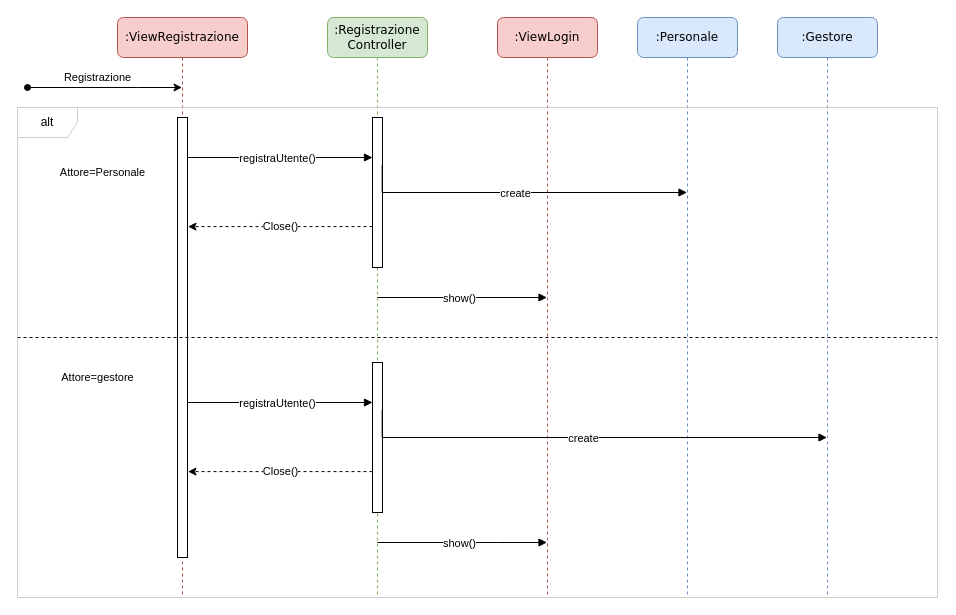
This is page "Registrazione" (1 of 3) of sequenza.drawio from Marco-Burattoni/Progetto-ids, a draw.io file, before an edit. Source tidied: cells renumbered, new cells numbered last; positions are measured from the earlier drawing's top-left corner, leaving out a move shared by most shapes. Both pictures are drawn from the tidied source at 100%, with x=0, y=0 at pixel (17, 17).
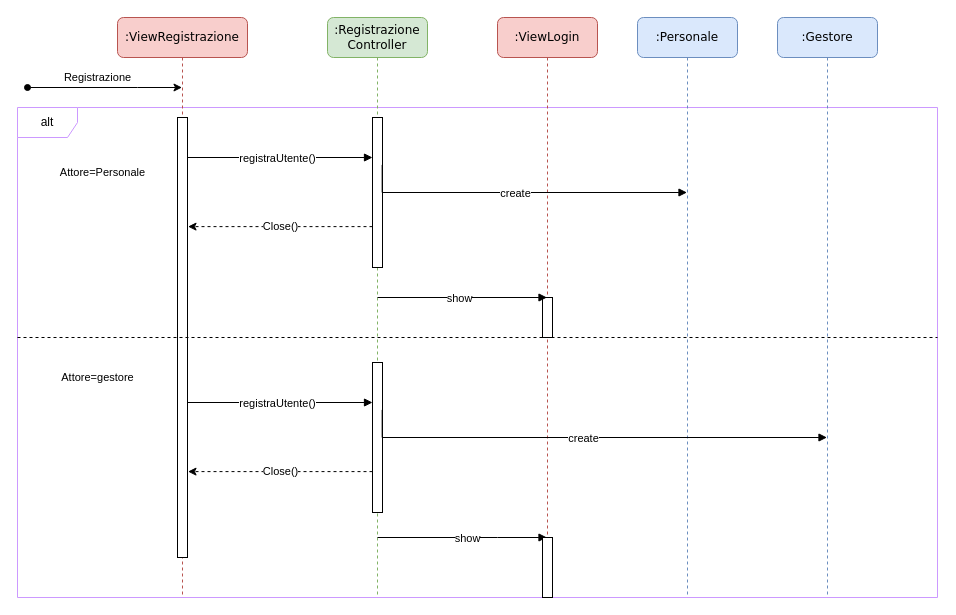
The same diagram, later.

Unchanged cells that the change refers to:
```xml
<mxCell id="2" value=":Registrazione&lt;br&gt;Controller" style="shape=umlLifeline;perimeter=lifelinePerimeter;whiteSpace=wrap;html=1;rounded=1;shadow=0;comic=0;labelBackgroundColor=none;strokeWidth=1;fontFamily=Verdana;fontSize=12;align=center;fillColor=#d5e8d4;strokeColor=#82b366;" parent="1" vertex="1">
  <mxGeometry x="310" width="100" height="580" as="geometry" />
</mxCell>
<mxCell id="8" value=":ViewLogin" style="shape=umlLifeline;perimeter=lifelinePerimeter;whiteSpace=wrap;html=1;outlineConnect=0;rounded=1;shadow=0;comic=0;labelBackgroundColor=none;strokeWidth=1;fontFamily=Verdana;fontSize=12;align=center;fillColor=#f8cecc;strokeColor=#b85450;" parent="1" vertex="1">
  <mxGeometry x="480" width="100" height="580" as="geometry" />
</mxCell>
```

Diff of the diagram source:
```diff
@@
+    <mxCell id="22" value="alt" style="shape=umlFrame;whiteSpace=wrap;html=1;strokeColor=#CC99FF;" parent="1" vertex="1">
+      <mxGeometry y="90" width="920" height="490" as="geometry" />
+    </mxCell>
@@
-    <mxCell id="7" value="&lt;font style=&quot;font-size: 11px; background-color: rgb(255, 255, 255);&quot; face=&quot;Helvetica&quot;&gt;show()&lt;/font&gt;" style="html=1;verticalAlign=bottom;endArrow=block;labelBackgroundColor=none;fontFamily=Verdana;fontSize=12;edgeStyle=elbowEdgeStyle;elbow=vertical;rounded=0;" parent="2" edge="1">
-      <mxGeometry x="-0.03" y="-10" relative="1" as="geometry">
-        <mxPoint x="50" y="525" as="sourcePoint" />
-        <mxPoint x="219.5" y="525" as="targetPoint" />
+    <mxCell id="7" value="&lt;font style=&quot;font-size: 11px; background-color: rgb(255, 255, 255);&quot; face=&quot;Helvetica&quot;&gt;show&lt;/font&gt;" style="html=1;verticalAlign=bottom;endArrow=block;labelBackgroundColor=none;fontFamily=Verdana;fontSize=12;edgeStyle=elbowEdgeStyle;elbow=vertical;rounded=0;" parent="2" edge="1">
+      <mxGeometry x="0.06" y="-10" relative="1" as="geometry">
+        <mxPoint x="50" y="520" as="sourcePoint" />
+        <mxPoint x="219.5" y="520" as="targetPoint" />
         <Array as="points">
-          <mxPoint x="170" y="525" />
-          <mxPoint x="-20" y="395" />
+          <mxPoint x="170" y="520" />
+          <mxPoint x="-20" y="390" />
         </Array>
       </mxGeometry>
     </mxCell>
@@
+    <mxCell id="23" style="html=1;perimeter=orthogonalPerimeter;rounded=0;shadow=0;comic=0;labelBackgroundColor=none;strokeWidth=1;fontFamily=Verdana;fontSize=12;align=center;" parent="8" vertex="1">
+      <mxGeometry x="45" y="520" width="10" height="60" as="geometry" />
+    </mxCell>
+    <mxCell id="24" style="html=1;perimeter=orthogonalPerimeter;rounded=0;shadow=0;comic=0;labelBackgroundColor=none;strokeWidth=1;fontFamily=Verdana;fontSize=12;align=center;" parent="8" vertex="1">
+      <mxGeometry x="45" y="280" width="10" height="40" as="geometry" />
+    </mxCell>
@@
-    <mxCell id="16" value="&lt;font style=&quot;font-size: 11px; background-color: rgb(255, 255, 255);&quot; face=&quot;Helvetica&quot;&gt;show()&lt;/font&gt;" style="html=1;verticalAlign=bottom;endArrow=block;labelBackgroundColor=none;fontFamily=Verdana;fontSize=12;edgeStyle=elbowEdgeStyle;elbow=vertical;rounded=0;" parent="1" edge="1" target="8">
+    <mxCell id="16" value="&lt;font style=&quot;font-size: 11px; background-color: rgb(255, 255, 255);&quot; face=&quot;Helvetica&quot;&gt;show&lt;/font&gt;" style="html=1;verticalAlign=bottom;endArrow=block;labelBackgroundColor=none;fontFamily=Verdana;fontSize=12;edgeStyle=elbowEdgeStyle;elbow=vertical;rounded=0;" parent="1" edge="1" target="8">
       <mxGeometry x="-0.03" y="-10" relative="1" as="geometry">
         <mxPoint x="360" y="280" as="sourcePoint" />
         <Array as="points">
           <mxPoint x="480" y="280" />
           <mxPoint x="290" y="150" />
         </Array>
       </mxGeometry>
     </mxCell>
@@
-    <mxCell id="22" value="alt" style="shape=umlFrame;whiteSpace=wrap;html=1;strokeColor=#CCCCCC;" parent="1" vertex="1">
-      <mxGeometry y="90" width="920" height="490" as="geometry" />
-    </mxCell>
```
